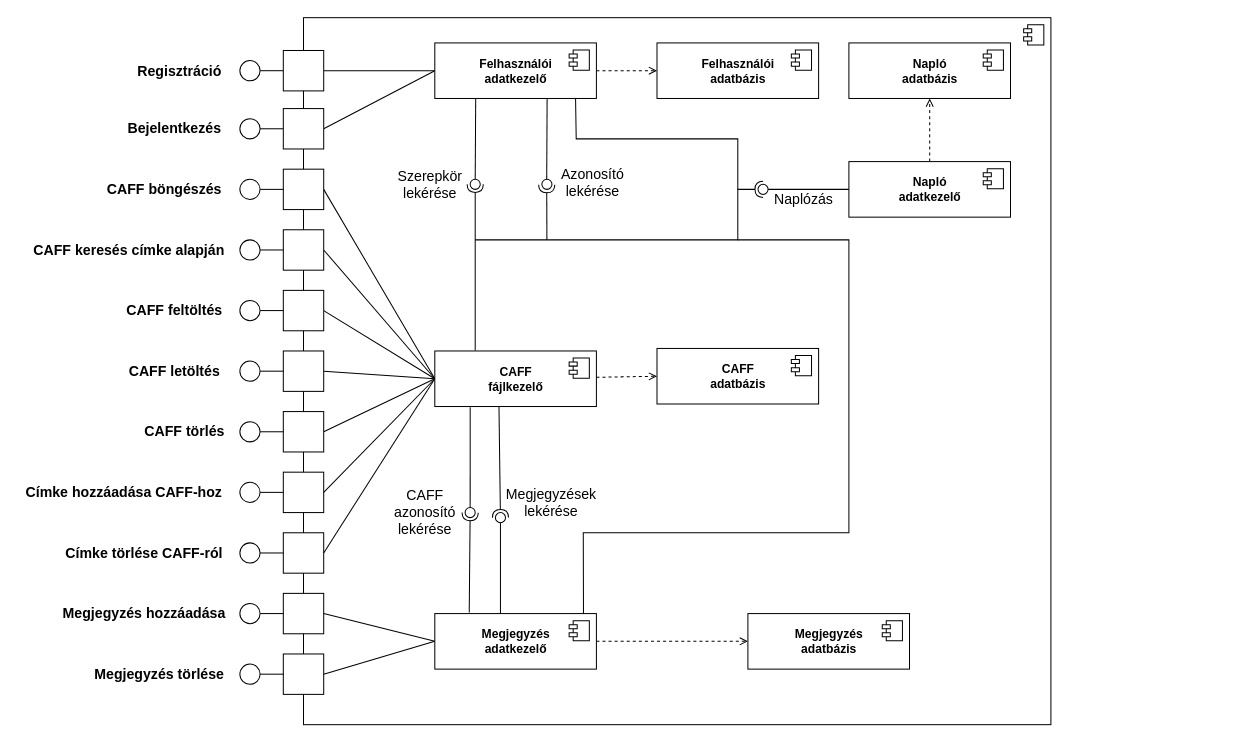
The draw.io diagram doc/editable_files/component.drawio in amadehegedus/cool, before the edit. Source tidied: cells renumbered, new cells numbered last; positions are measured from the earlier drawing's top-left corner, leaving out a move shared by most shapes. Both pictures are drawn from the tidied source at 101%, with x=0, y=0 at pixel (17, 17).
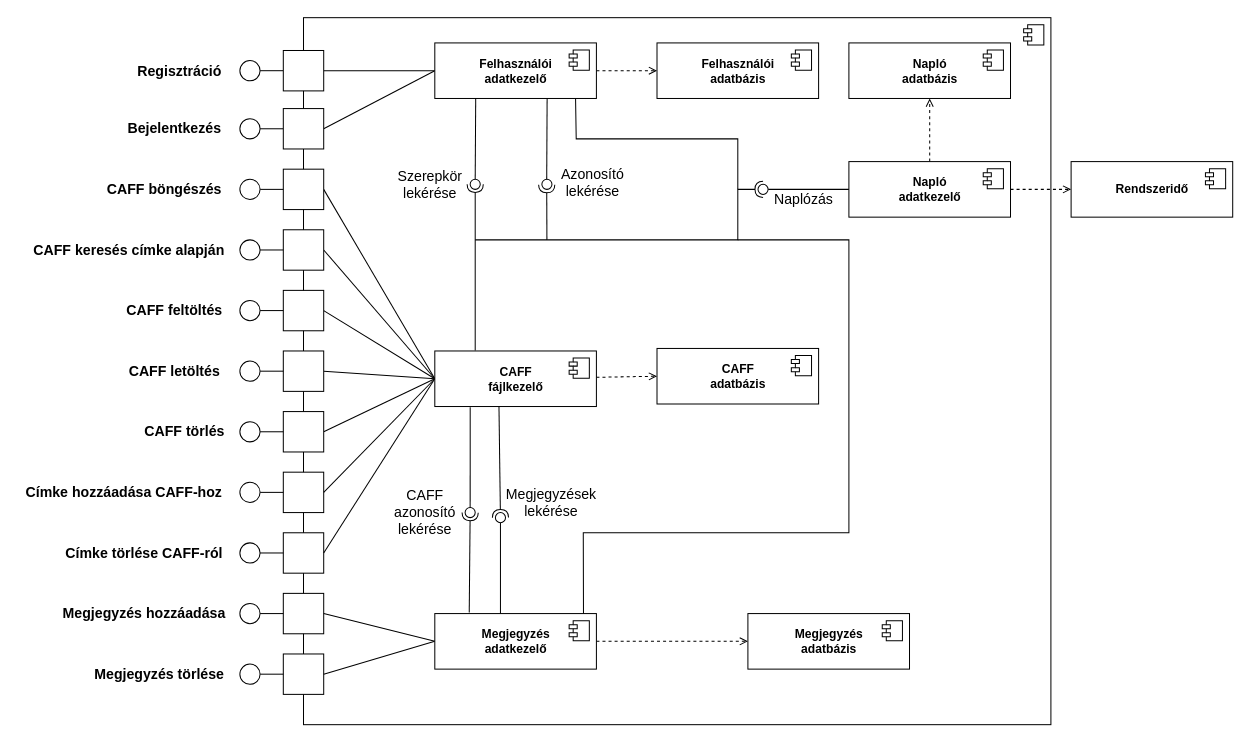
Above is the later version.

Unchanged cells that the change refers to:
```xml
<mxCell id="57" value="&lt;b&gt;Napló&lt;br&gt;adatkezelő&lt;/b&gt;" style="html=1;" parent="1" vertex="1">
  <mxGeometry x="823" y="142.5" width="160" height="55" as="geometry" />
</mxCell>
```

Diff of the diagram source:
```diff
@@
+    <mxCell id="103" style="edgeStyle=none;rounded=0;jettySize=auto;html=1;entryX=0;entryY=0.5;entryDx=0;entryDy=0;fontSize=14;endArrow=open;endFill=0;dashed=1;" parent="1" edge="1" source="57" target="104">
+      <mxGeometry relative="1" as="geometry" />
+    </mxCell>
@@
+    <mxCell id="104" value="&lt;b&gt;Rendszeridő&lt;/b&gt;" style="html=1;" parent="1" vertex="1">
+      <mxGeometry x="1043" y="142.5" width="160" height="55" as="geometry" />
+    </mxCell>
+    <mxCell id="105" style="shape=module;jettyWidth=8;jettyHeight=4;" parent="104" vertex="1">
+      <mxGeometry x="1" width="20" height="20" relative="1" as="geometry">
+        <mxPoint x="-27" y="7" as="offset" />
+      </mxGeometry>
+    </mxCell>
```
